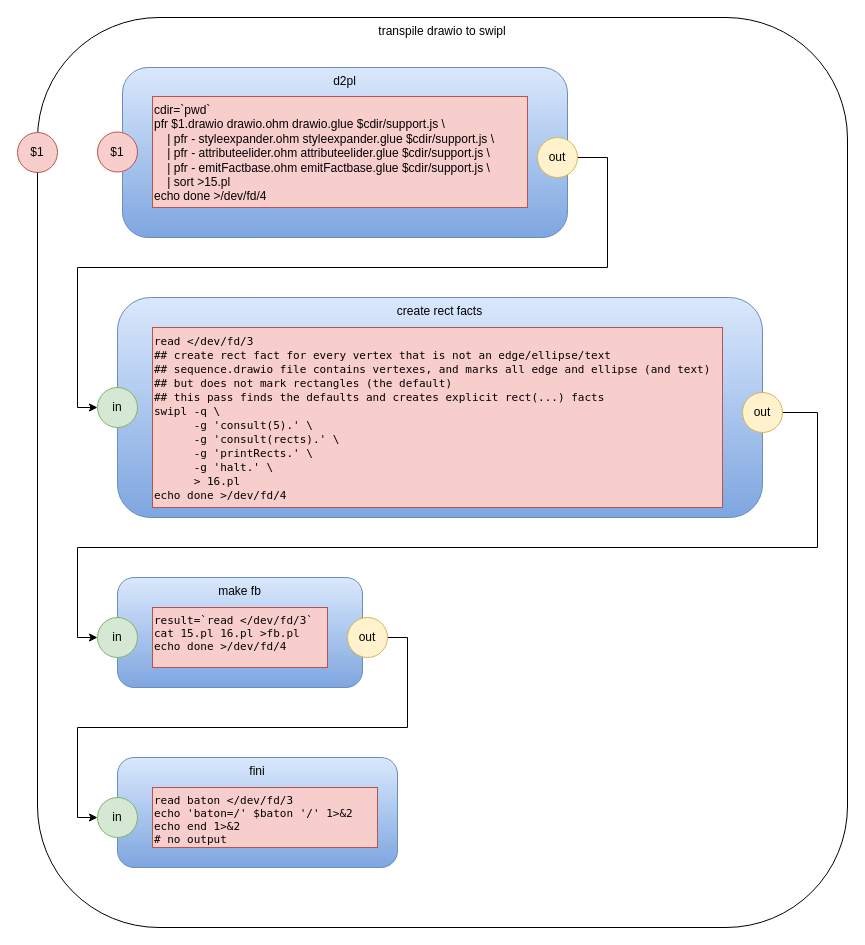
Earlier version of the draw.io diagram transpile_drawio_to_swipl.drawio (guitarvydas/vsh). Source tidied: cells renumbered, new cells numbered last; positions are measured from the earlier drawing's top-left corner, leaving out a move shared by most shapes. Both pictures are drawn from the tidied source at 100%, with x=0, y=0 at pixel (17, 17).
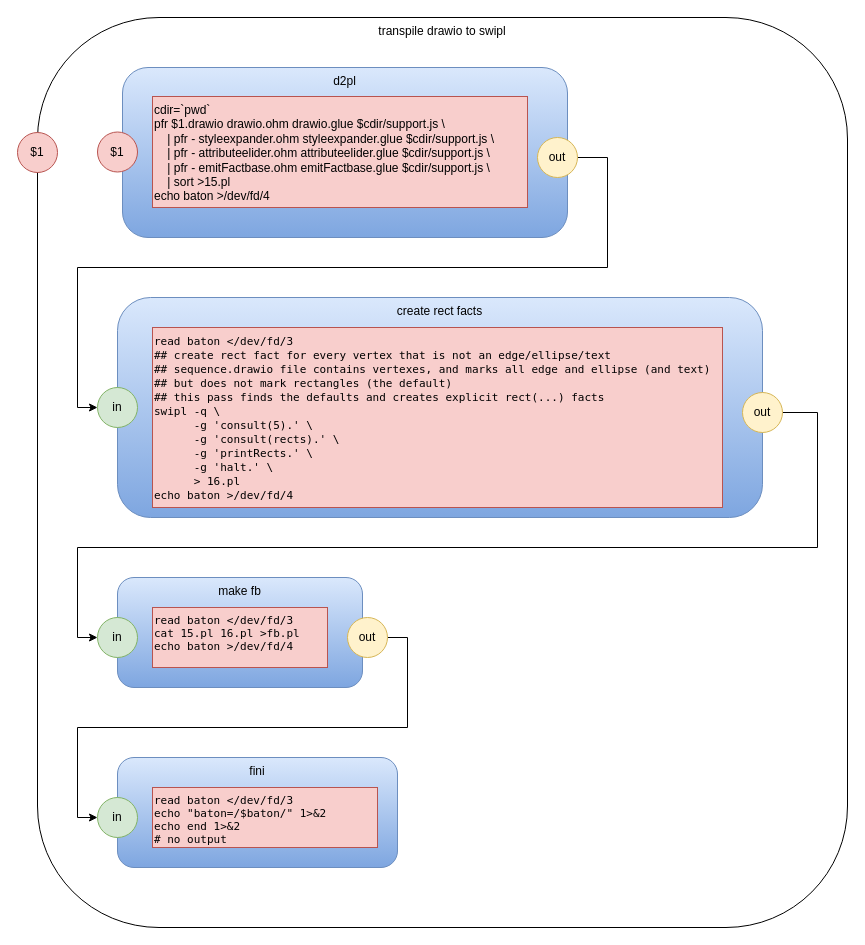
The same diagram, later.

Change to the diagram source:
```diff
@@
-    <mxCell id="4" value="&lt;div&gt;cdir=`pwd`&lt;/div&gt;&lt;div&gt;pfr $1.drawio drawio.ohm drawio.glue $cdir/support.js \&lt;/div&gt;&lt;div&gt;&amp;nbsp; &amp;nbsp; | pfr - styleexpander.ohm styleexpander.glue $cdir/support.js \&lt;/div&gt;&lt;div&gt;&amp;nbsp; &amp;nbsp; | pfr - attributeelider.ohm attributeelider.glue $cdir/support.js \&lt;/div&gt;&lt;div&gt;&amp;nbsp; &amp;nbsp; | pfr - emitFactbase.ohm emitFactbase.glue $cdir/support.js \&lt;/div&gt;&lt;div&gt;&amp;nbsp; &amp;nbsp; | sort&amp;nbsp;&lt;span&gt;&amp;gt;15.pl&lt;/span&gt;&lt;/div&gt;&lt;div&gt;&lt;span&gt;echo done &amp;gt;/dev/fd/4&lt;/span&gt;&lt;/div&gt;" style="rounded=0;whiteSpace=wrap;html=1;fillColor=#f8cecc;strokeColor=#b85450;align=left;verticalAlign=top;" parent="1" vertex="1">
+    <mxCell id="4" value="&lt;div&gt;cdir=`pwd`&lt;/div&gt;&lt;div&gt;pfr $1.drawio drawio.ohm drawio.glue $cdir/support.js \&lt;/div&gt;&lt;div&gt;&amp;nbsp; &amp;nbsp; | pfr - styleexpander.ohm styleexpander.glue $cdir/support.js \&lt;/div&gt;&lt;div&gt;&amp;nbsp; &amp;nbsp; | pfr - attributeelider.ohm attributeelider.glue $cdir/support.js \&lt;/div&gt;&lt;div&gt;&amp;nbsp; &amp;nbsp; | pfr - emitFactbase.ohm emitFactbase.glue $cdir/support.js \&lt;/div&gt;&lt;div&gt;&amp;nbsp; &amp;nbsp; | sort&amp;nbsp;&lt;span&gt;&amp;gt;15.pl&lt;/span&gt;&lt;/div&gt;&lt;div&gt;&lt;span&gt;echo baton &amp;gt;/dev/fd/4&lt;/span&gt;&lt;/div&gt;" style="rounded=0;whiteSpace=wrap;html=1;fillColor=#f8cecc;strokeColor=#b85450;align=left;verticalAlign=top;" parent="1" vertex="1">
       <mxGeometry x="135" y="79" width="375" height="111" as="geometry" />
     </mxCell>
@@
-    <mxCell id="9" value="&lt;p class=&quot;p1&quot; style=&quot;margin: 0px ; font-stretch: normal ; line-height: normal&quot;&gt;&lt;font face=&quot;menlo&quot;&gt;&lt;span style=&quot;font-size: 11px&quot;&gt;read &amp;lt;/dev/fd/3&lt;/span&gt;&lt;/font&gt;&lt;/p&gt;&lt;p class=&quot;p1&quot; style=&quot;margin: 0px ; font-stretch: normal ; line-height: normal&quot;&gt;&lt;font face=&quot;menlo&quot;&gt;&lt;span style=&quot;font-size: 11px&quot;&gt;## create rect fact for every vertex that is not an edge/ellipse/text&lt;/span&gt;&lt;/font&gt;&lt;/p&gt;&lt;p class=&quot;p1&quot; style=&quot;margin: 0px ; font-stretch: normal ; line-height: normal&quot;&gt;&lt;font face=&quot;menlo&quot;&gt;&lt;span style=&quot;font-size: 11px&quot;&gt;## sequence.drawio file contains vertexes, and marks all edge and ellipse (and text)&lt;/span&gt;&lt;/font&gt;&lt;/p&gt;&lt;p class=&quot;p1&quot; style=&quot;margin: 0px ; font-stretch: normal ; line-height: normal&quot;&gt;&lt;font face=&quot;menlo&quot;&gt;&lt;span style=&quot;font-size: 11px&quot;&gt;## but does not mark rectangles (the default)&lt;/span&gt;&lt;/font&gt;&lt;/p&gt;&lt;p class=&quot;p1&quot; style=&quot;margin: 0px ; font-stretch: normal ; line-height: normal&quot;&gt;&lt;font face=&quot;menlo&quot;&gt;&lt;span style=&quot;font-size: 11px&quot;&gt;## this pass finds the defaults and creates explicit rect(...) facts&lt;/span&gt;&lt;/font&gt;&lt;/p&gt;&lt;p class=&quot;p1&quot; style=&quot;margin: 0px ; font-stretch: normal ; line-height: normal&quot;&gt;&lt;font face=&quot;menlo&quot;&gt;&lt;span style=&quot;font-size: 11px&quot;&gt;swipl -q \&lt;/span&gt;&lt;/font&gt;&lt;/p&gt;&lt;p class=&quot;p1&quot; style=&quot;margin: 0px ; font-stretch: normal ; line-height: normal&quot;&gt;&lt;font face=&quot;menlo&quot;&gt;&lt;span style=&quot;font-size: 11px&quot;&gt;&amp;nbsp; &amp;nbsp; &amp;nbsp; -g 'consult(5).' \&lt;/span&gt;&lt;/font&gt;&lt;/p&gt;&lt;p class=&quot;p1&quot; style=&quot;margin: 0px ; font-stretch: normal ; line-height: normal&quot;&gt;&lt;font face=&quot;menlo&quot;&gt;&lt;span style=&quot;font-size: 11px&quot;&gt;&amp;nbsp; &amp;nbsp; &amp;nbsp; -g 'consult(rects).' \&lt;/span&gt;&lt;/font&gt;&lt;/p&gt;&lt;p class=&quot;p1&quot; style=&quot;margin: 0px ; font-stretch: normal ; line-height: normal&quot;&gt;&lt;font face=&quot;menlo&quot;&gt;&lt;span style=&quot;font-size: 11px&quot;&gt;&amp;nbsp; &amp;nbsp; &amp;nbsp; -g 'printRects.' \&lt;/span&gt;&lt;/font&gt;&lt;/p&gt;&lt;p class=&quot;p1&quot; style=&quot;margin: 0px ; font-stretch: normal ; line-height: normal&quot;&gt;&lt;font face=&quot;menlo&quot;&gt;&lt;span style=&quot;font-size: 11px&quot;&gt;&amp;nbsp; &amp;nbsp; &amp;nbsp; -g 'halt.' \&lt;/span&gt;&lt;/font&gt;&lt;/p&gt;&lt;p class=&quot;p1&quot; style=&quot;margin: 0px ; font-stretch: normal ; line-height: normal&quot;&gt;&lt;font face=&quot;menlo&quot;&gt;&lt;span style=&quot;font-size: 11px&quot;&gt;&amp;nbsp; &amp;nbsp; &amp;nbsp; &amp;gt; 16.pl&lt;/span&gt;&lt;/font&gt;&lt;/p&gt;&lt;p class=&quot;p1&quot; style=&quot;margin: 0px ; font-stretch: normal ; line-height: normal&quot;&gt;&lt;font face=&quot;menlo&quot;&gt;&lt;span style=&quot;font-size: 11px&quot;&gt;echo done &amp;gt;/dev/fd/4&lt;/span&gt;&lt;/font&gt;&lt;/p&gt;&lt;div&gt;&lt;br&gt;&lt;/div&gt;" style="rounded=0;whiteSpace=wrap;html=1;fillColor=#f8cecc;strokeColor=#b85450;align=left;verticalAlign=top;" parent="1" vertex="1">
+    <mxCell id="9" value="&lt;p class=&quot;p1&quot; style=&quot;margin: 0px ; font-stretch: normal ; line-height: normal&quot;&gt;&lt;font face=&quot;menlo&quot;&gt;&lt;span style=&quot;font-size: 11px&quot;&gt;read baton &amp;lt;/dev/fd/3&lt;/span&gt;&lt;/font&gt;&lt;/p&gt;&lt;p class=&quot;p1&quot; style=&quot;margin: 0px ; font-stretch: normal ; line-height: normal&quot;&gt;&lt;font face=&quot;menlo&quot;&gt;&lt;span style=&quot;font-size: 11px&quot;&gt;## create rect fact for every vertex that is not an edge/ellipse/text&lt;/span&gt;&lt;/font&gt;&lt;/p&gt;&lt;p class=&quot;p1&quot; style=&quot;margin: 0px ; font-stretch: normal ; line-height: normal&quot;&gt;&lt;font face=&quot;menlo&quot;&gt;&lt;span style=&quot;font-size: 11px&quot;&gt;## sequence.drawio file contains vertexes, and marks all edge and ellipse (and text)&lt;/span&gt;&lt;/font&gt;&lt;/p&gt;&lt;p class=&quot;p1&quot; style=&quot;margin: 0px ; font-stretch: normal ; line-height: normal&quot;&gt;&lt;font face=&quot;menlo&quot;&gt;&lt;span style=&quot;font-size: 11px&quot;&gt;## but does not mark rectangles (the default)&lt;/span&gt;&lt;/font&gt;&lt;/p&gt;&lt;p class=&quot;p1&quot; style=&quot;margin: 0px ; font-stretch: normal ; line-height: normal&quot;&gt;&lt;font face=&quot;menlo&quot;&gt;&lt;span style=&quot;font-size: 11px&quot;&gt;## this pass finds the defaults and creates explicit rect(...) facts&lt;/span&gt;&lt;/font&gt;&lt;/p&gt;&lt;p class=&quot;p1&quot; style=&quot;margin: 0px ; font-stretch: normal ; line-height: normal&quot;&gt;&lt;font face=&quot;menlo&quot;&gt;&lt;span style=&quot;font-size: 11px&quot;&gt;swipl -q \&lt;/span&gt;&lt;/font&gt;&lt;/p&gt;&lt;p class=&quot;p1&quot; style=&quot;margin: 0px ; font-stretch: normal ; line-height: normal&quot;&gt;&lt;font face=&quot;menlo&quot;&gt;&lt;span style=&quot;font-size: 11px&quot;&gt;&amp;nbsp; &amp;nbsp; &amp;nbsp; -g 'consult(5).' \&lt;/span&gt;&lt;/font&gt;&lt;/p&gt;&lt;p class=&quot;p1&quot; style=&quot;margin: 0px ; font-stretch: normal ; line-height: normal&quot;&gt;&lt;font face=&quot;menlo&quot;&gt;&lt;span style=&quot;font-size: 11px&quot;&gt;&amp;nbsp; &amp;nbsp; &amp;nbsp; -g 'consult(rects).' \&lt;/span&gt;&lt;/font&gt;&lt;/p&gt;&lt;p class=&quot;p1&quot; style=&quot;margin: 0px ; font-stretch: normal ; line-height: normal&quot;&gt;&lt;font face=&quot;menlo&quot;&gt;&lt;span style=&quot;font-size: 11px&quot;&gt;&amp;nbsp; &amp;nbsp; &amp;nbsp; -g 'printRects.' \&lt;/span&gt;&lt;/font&gt;&lt;/p&gt;&lt;p class=&quot;p1&quot; style=&quot;margin: 0px ; font-stretch: normal ; line-height: normal&quot;&gt;&lt;font face=&quot;menlo&quot;&gt;&lt;span style=&quot;font-size: 11px&quot;&gt;&amp;nbsp; &amp;nbsp; &amp;nbsp; -g 'halt.' \&lt;/span&gt;&lt;/font&gt;&lt;/p&gt;&lt;p class=&quot;p1&quot; style=&quot;margin: 0px ; font-stretch: normal ; line-height: normal&quot;&gt;&lt;font face=&quot;menlo&quot;&gt;&lt;span style=&quot;font-size: 11px&quot;&gt;&amp;nbsp; &amp;nbsp; &amp;nbsp; &amp;gt; 16.pl&lt;/span&gt;&lt;/font&gt;&lt;/p&gt;&lt;p class=&quot;p1&quot; style=&quot;margin: 0px ; font-stretch: normal ; line-height: normal&quot;&gt;&lt;font face=&quot;menlo&quot;&gt;&lt;span style=&quot;font-size: 11px&quot;&gt;echo baton &amp;gt;/dev/fd/4&lt;/span&gt;&lt;/font&gt;&lt;/p&gt;&lt;div&gt;&lt;br&gt;&lt;/div&gt;" style="rounded=0;whiteSpace=wrap;html=1;fillColor=#f8cecc;strokeColor=#b85450;align=left;verticalAlign=top;" parent="1" vertex="1">
       <mxGeometry x="135" y="310" width="570" height="180" as="geometry" />
     </mxCell>
@@
-    <mxCell id="14" value="&lt;p class=&quot;p1&quot; style=&quot;margin: 0px ; font-stretch: normal ; font-size: 11px ; line-height: normal ; font-family: &amp;#34;menlo&amp;#34;&quot;&gt;&lt;span class=&quot;s1&quot;&gt;result=`read &amp;lt;/dev/fd/3`&lt;/span&gt;&lt;/p&gt;&lt;p class=&quot;p1&quot; style=&quot;margin: 0px ; font-stretch: normal ; font-size: 11px ; line-height: normal ; font-family: &amp;#34;menlo&amp;#34;&quot;&gt;cat 15.pl 16.pl &amp;gt;fb.pl&lt;/p&gt;&lt;p class=&quot;p1&quot; style=&quot;margin: 0px ; font-stretch: normal ; font-size: 11px ; line-height: normal ; font-family: &amp;#34;menlo&amp;#34;&quot;&gt;echo done &amp;gt;/dev/fd/4&lt;/p&gt;" style="rounded=0;whiteSpace=wrap;html=1;fillColor=#f8cecc;strokeColor=#b85450;align=left;verticalAlign=top;" parent="1" vertex="1">
+    <mxCell id="14" value="&lt;p class=&quot;p1&quot; style=&quot;margin: 0px ; font-stretch: normal ; font-size: 11px ; line-height: normal ; font-family: &amp;#34;menlo&amp;#34;&quot;&gt;&lt;span class=&quot;s1&quot;&gt;read baton &amp;lt;/dev/fd/3&lt;/span&gt;&lt;/p&gt;&lt;p class=&quot;p1&quot; style=&quot;margin: 0px ; font-stretch: normal ; font-size: 11px ; line-height: normal ; font-family: &amp;#34;menlo&amp;#34;&quot;&gt;cat 15.pl 16.pl &amp;gt;fb.pl&lt;/p&gt;&lt;p class=&quot;p1&quot; style=&quot;margin: 0px ; font-stretch: normal ; font-size: 11px ; line-height: normal ; font-family: &amp;#34;menlo&amp;#34;&quot;&gt;echo baton &amp;gt;/dev/fd/4&lt;/p&gt;" style="rounded=0;whiteSpace=wrap;html=1;fillColor=#f8cecc;strokeColor=#b85450;align=left;verticalAlign=top;" parent="1" vertex="1">
       <mxGeometry x="135" y="590" width="175" height="60" as="geometry" />
     </mxCell>
@@
-    <mxCell id="19" value="&lt;p class=&quot;p1&quot; style=&quot;margin: 0px ; font-stretch: normal ; font-size: 11px ; line-height: normal ; font-family: &amp;#34;menlo&amp;#34;&quot;&gt;&lt;span class=&quot;s1&quot;&gt;read baton &amp;lt;/dev/fd/3&lt;/span&gt;&lt;/p&gt;&lt;p class=&quot;p1&quot; style=&quot;margin: 0px ; font-stretch: normal ; font-size: 11px ; line-height: normal ; font-family: &amp;#34;menlo&amp;#34;&quot;&gt;&lt;span class=&quot;s1&quot;&gt;echo 'baton=/' $baton '/' 1&amp;gt;&amp;amp;2&lt;/span&gt;&lt;/p&gt;&lt;p class=&quot;p1&quot; style=&quot;margin: 0px ; font-stretch: normal ; font-size: 11px ; line-height: normal ; font-family: &amp;#34;menlo&amp;#34;&quot;&gt;&lt;span class=&quot;s1&quot;&gt;echo end 1&amp;gt;&amp;amp;2&lt;/span&gt;&lt;/p&gt;&lt;p class=&quot;p1&quot; style=&quot;margin: 0px ; font-stretch: normal ; font-size: 11px ; line-height: normal ; font-family: &amp;#34;menlo&amp;#34;&quot;&gt;&lt;span class=&quot;s1&quot;&gt;# no output&lt;/span&gt;&lt;/p&gt;" style="rounded=0;whiteSpace=wrap;html=1;fillColor=#f8cecc;strokeColor=#b85450;align=left;verticalAlign=top;" parent="1" vertex="1">
+    <mxCell id="19" value="&lt;p class=&quot;p1&quot; style=&quot;margin: 0px ; font-stretch: normal ; font-size: 11px ; line-height: normal ; font-family: &amp;#34;menlo&amp;#34;&quot;&gt;&lt;span class=&quot;s1&quot;&gt;read baton &amp;lt;/dev/fd/3&lt;/span&gt;&lt;/p&gt;&lt;p class=&quot;p1&quot; style=&quot;margin: 0px ; font-stretch: normal ; font-size: 11px ; line-height: normal ; font-family: &amp;#34;menlo&amp;#34;&quot;&gt;&lt;span class=&quot;s1&quot;&gt;echo &quot;baton=/$baton/&quot; 1&amp;gt;&amp;amp;2&lt;/span&gt;&lt;/p&gt;&lt;p class=&quot;p1&quot; style=&quot;margin: 0px ; font-stretch: normal ; font-size: 11px ; line-height: normal ; font-family: &amp;#34;menlo&amp;#34;&quot;&gt;&lt;span class=&quot;s1&quot;&gt;echo end 1&amp;gt;&amp;amp;2&lt;/span&gt;&lt;/p&gt;&lt;p class=&quot;p1&quot; style=&quot;margin: 0px ; font-stretch: normal ; font-size: 11px ; line-height: normal ; font-family: &amp;#34;menlo&amp;#34;&quot;&gt;&lt;span class=&quot;s1&quot;&gt;# no output&lt;/span&gt;&lt;/p&gt;" style="rounded=0;whiteSpace=wrap;html=1;fillColor=#f8cecc;strokeColor=#b85450;align=left;verticalAlign=top;" parent="1" vertex="1">
       <mxGeometry x="135" y="770" width="225" height="60" as="geometry" />
     </mxCell>
```
